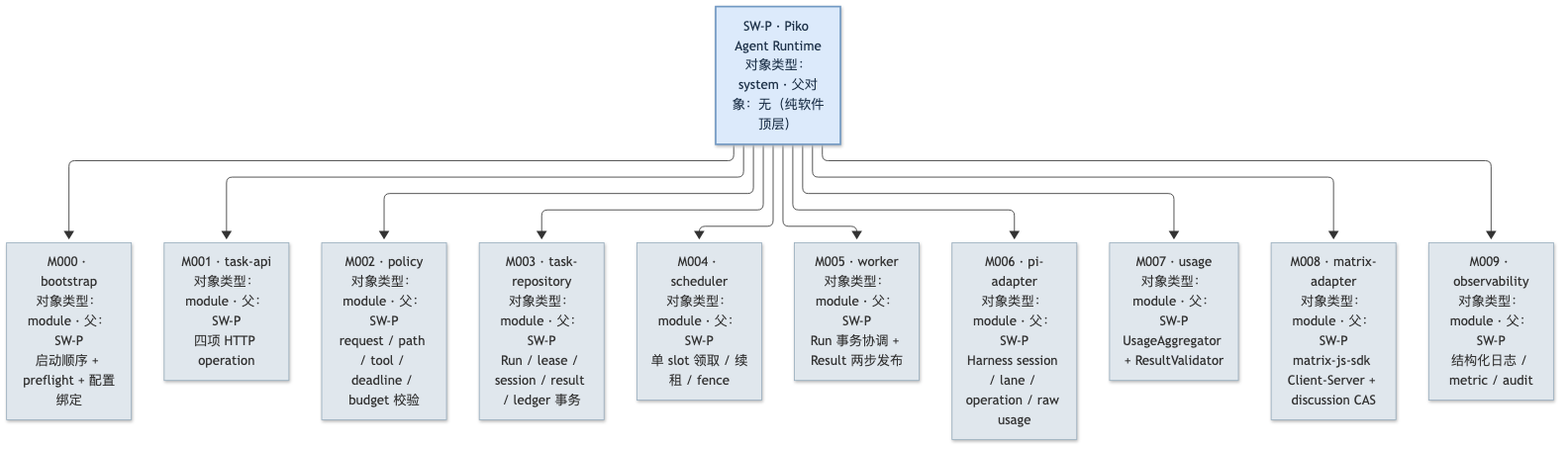
Earlier version of the Mermaid export docs/20_system_design/assets/diagrams/SW-3.png (corezilla/piko). Its source is kept beside it as docs/20_system_design/assets/diagrams/SW-3.mmd.
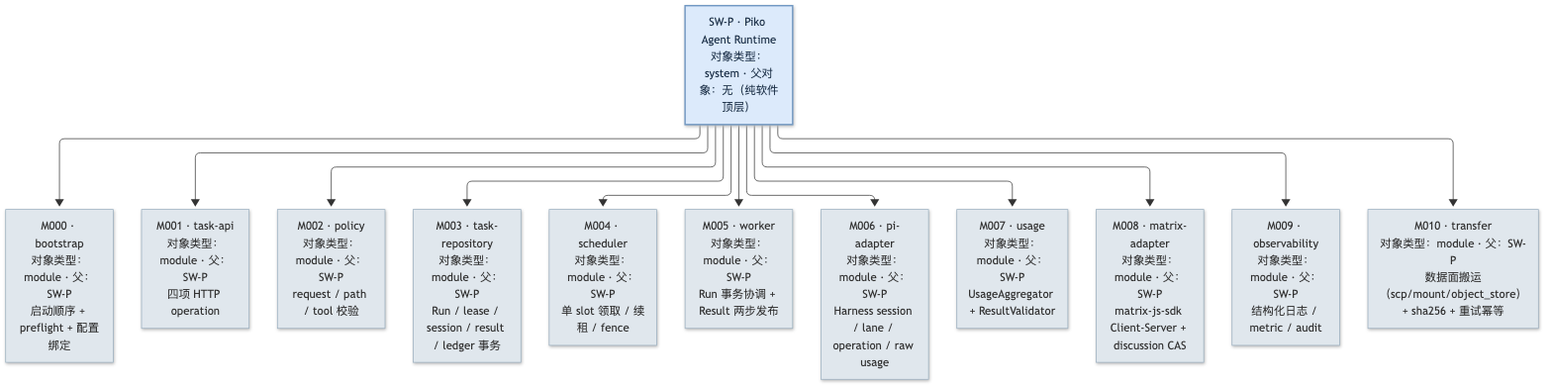
Later version of the same file.

Change to the diagram source:
```diff
@@ -3,7 +3,7 @@
 
   M000["M000 · bootstrap<br/>对象类型：module · 父：SW-P<br/>启动顺序 + preflight + 配置绑定"]
   M001["M001 · task-api<br/>对象类型：module · 父：SW-P<br/>四项 HTTP operation"]
-  M002["M002 · policy<br/>对象类型：module · 父：SW-P<br/>request / path / tool / deadline / budget 校验"]
+  M002["M002 · policy<br/>对象类型：module · 父：SW-P<br/>request / path / tool 校验"]
   M003["M003 · task-repository<br/>对象类型：module · 父：SW-P<br/>Run / lease / session / result / ledger 事务"]
   M004["M004 · scheduler<br/>对象类型：module · 父：SW-P<br/>单 slot 领取 / 续租 / fence"]
   M005["M005 · worker<br/>对象类型：module · 父：SW-P<br/>Run 事务协调 + Result 两步发布"]
@@ -11,6 +11,7 @@
   M007["M007 · usage<br/>对象类型：module · 父：SW-P<br/>UsageAggregator + ResultValidator"]
   M008["M008 · matrix-adapter<br/>对象类型：module · 父：SW-P<br/>matrix-js-sdk Client-Server + discussion CAS"]
   M009["M009 · observability<br/>对象类型：module · 父：SW-P<br/>结构化日志 / metric / audit"]
+  M010["M010 · transfer<br/>对象类型：module · 父：SW-P<br/>数据面搬运（scp/mount/object_store）+ sha256 + 重试幂等"]
 
   SWP --> M000
   SWP --> M001
@@ -22,6 +23,7 @@
   SWP --> M007
   SWP --> M008
   SWP --> M009
+  SWP --> M010
 
   style SWP fill:#dceafb,stroke:#7299c3,stroke-width:2px,color:#20344b
   style M000 fill:#e0e7ed,stroke:#9aafbf,stroke-width:1px
@@ -34,3 +36,4 @@
   style M007 fill:#e0e7ed,stroke:#9aafbf,stroke-width:1px
   style M008 fill:#e0e7ed,stroke:#9aafbf,stroke-width:1px
   style M009 fill:#e0e7ed,stroke:#9aafbf,stroke-width:1px
+  style M010 fill:#e0e7ed,stroke:#9aafbf,stroke-width:1px
```
